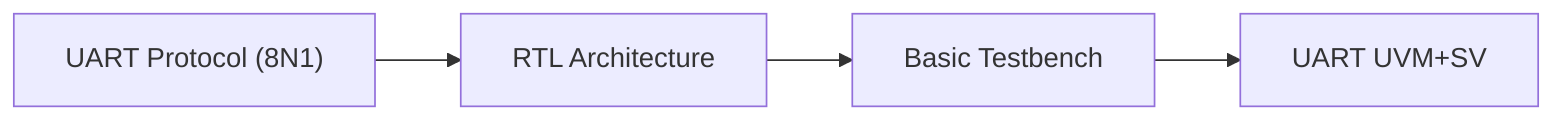
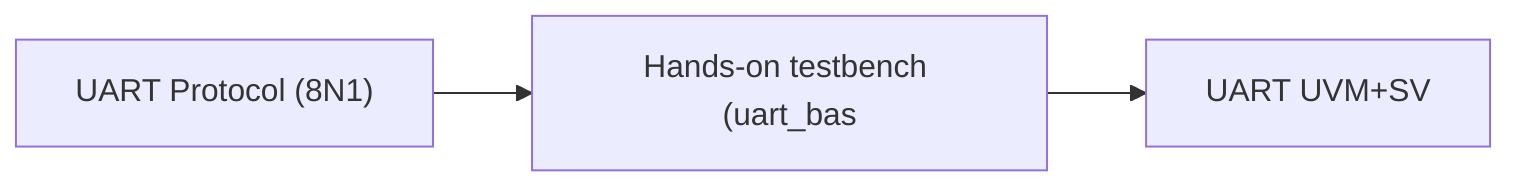
flowchart LR
  T1["UART Protocol (8N1)"]
-   T2["RTL Architecture"]
+   T2["Hands-on testbench (uart_bas"]
  T1 --> T2
-   T3["Basic Testbench"]
-   T2 --> T3
-   T3 --> N["UART UVM+SV"]
+   T2 --> N["UART UVM+SV"]
